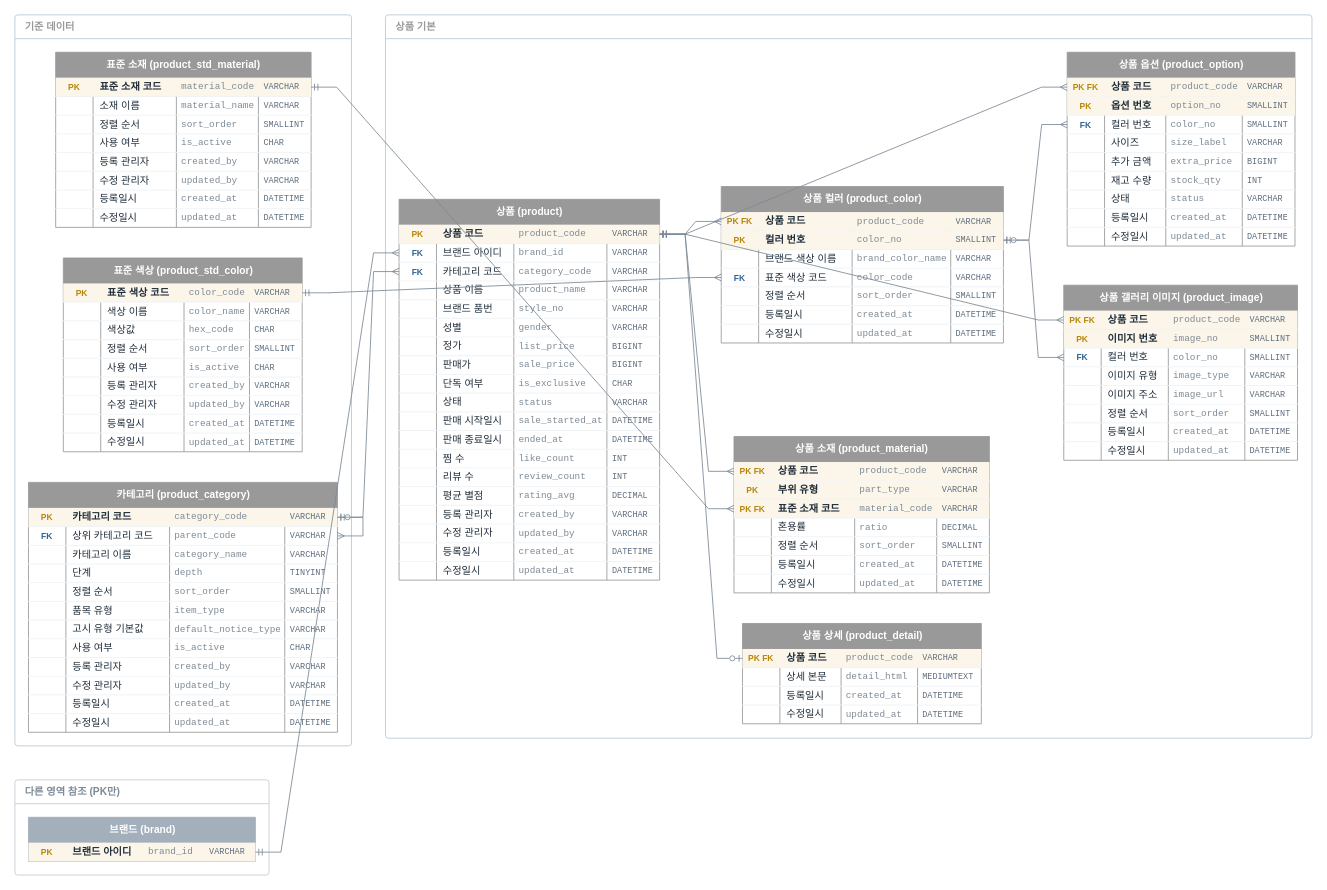
This is page "상품" (4 of 4) of docs/erd.drawio from jjonong/fashion-shoppingmall, a draw.io file, before an edit. Source tidied: cells renumbered, new cells numbered last; positions are measured from the earlier drawing's top-left corner, leaving out a move shared by most shapes. Both pictures are drawn from the tidied source at 85%, with x=0, y=0 at pixel (14, 14).
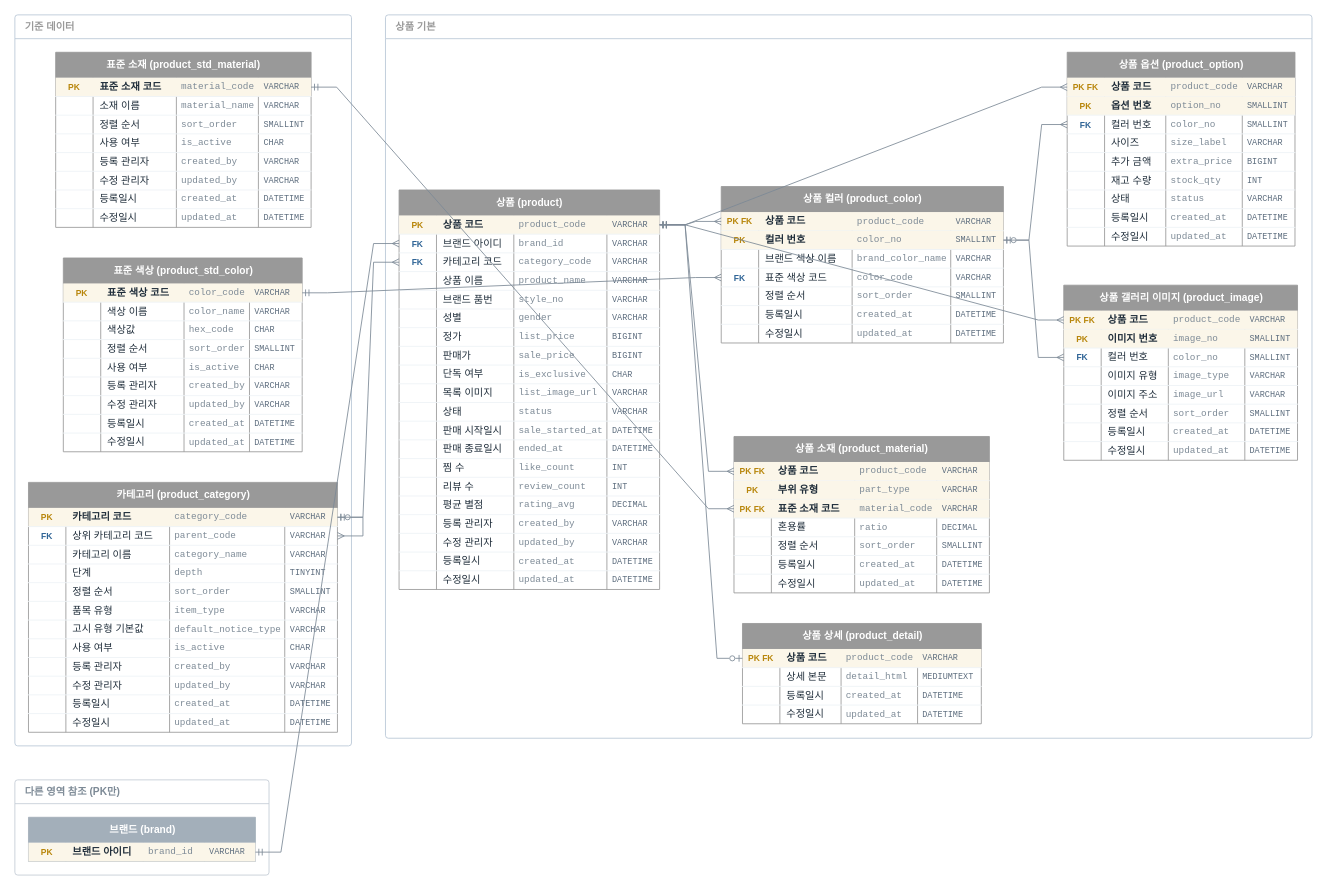
The same page after the edit.

The change refers to these unchanged cells:
```xml
<mxCell id="151" value="상품 기본" style="swimlane;startSize=28;rounded=1;arcSize=4;fillColor=none;swimlaneFillColor=none;strokeColor=#b9c7d6;fontColor=#999999;fontStyle=1;align=left;spacingLeft=10;html=1;" parent="1" vertex="1">
  <mxGeometry x="436" width="1090" height="851" as="geometry" />
</mxCell>
```

The edit, as a diff of the source:
```diff
@@
     <mxCell id="152" value="상품 (product)" style="shape=table;startSize=30;childLayout=tableLayout;rowLines=0;fontStyle=1;align=center;html=1;fillColor=#999999;fontColor=#ffffff;strokeColor=#999999;swimlaneFillColor=#ffffff;" parent="151" vertex="1">
-      <mxGeometry x="16" y="217" width="306.5" height="448" as="geometry" />
+      <mxGeometry x="16" y="206" width="306.5" height="470" as="geometry" />
     </mxCell>
@@
+    <mxCell id="447" style="shape=tableRow;horizontal=0;startSize=0;swimlaneHead=0;swimlaneBody=0;fillColor=none;top=0;left=0;right=0;bottom=1;strokeColor=#eef2f6;" parent="152" vertex="1">
+      <mxGeometry y="228" width="306.5" height="22" as="geometry" />
+    </mxCell>
+    <mxCell id="448" style="shape=partialRectangle;fillColor=none;top=0;left=0;bottom=0;right=0;overflow=hidden;html=1;fontStyle=1;fontColor=#2f6496;fontSize=10;align=center;" parent="447" vertex="1">
+      <mxGeometry width="44" height="22" as="geometry" />
+    </mxCell>
+    <mxCell id="449" value="목록 이미지" style="shape=partialRectangle;fillColor=none;top=0;left=0;bottom=0;right=0;overflow=hidden;html=1;fontStyle=0;fontColor=#1f2d3a;align=left;spacingLeft=6;" parent="447" vertex="1">
+      <mxGeometry x="44" width="91" height="22" as="geometry" />
+    </mxCell>
+    <mxCell id="450" value="list_image_url" style="shape=partialRectangle;fillColor=none;top=0;left=0;bottom=0;right=0;overflow=hidden;html=1;fontFamily=Consolas;fontColor=#7d8a96;fontSize=11;align=left;spacingLeft=4;" parent="447" vertex="1">
+      <mxGeometry x="135" width="109.5" height="22" as="geometry" />
+    </mxCell>
+    <mxCell id="451" value="VARCHAR" style="shape=partialRectangle;fillColor=none;top=0;left=0;bottom=0;right=0;overflow=hidden;html=1;fontFamily=Consolas;fontColor=#5d6d7e;fontSize=10;align=left;spacingLeft=4;" parent="447" vertex="1">
+      <mxGeometry x="244.5" width="62" height="22" as="geometry" />
+    </mxCell>
     <mxCell id="198" style="shape=tableRow;horizontal=0;startSize=0;swimlaneHead=0;swimlaneBody=0;fillColor=none;top=0;left=0;right=0;bottom=1;strokeColor=#eef2f6;" parent="152" vertex="1">
-      <mxGeometry y="228" width="306.5" height="22" as="geometry" />
+      <mxGeometry y="250" width="306.5" height="22" as="geometry" />
     </mxCell>
@@
     <mxCell id="203" style="shape=tableRow;horizontal=0;startSize=0;swimlaneHead=0;swimlaneBody=0;fillColor=none;top=0;left=0;right=0;bottom=1;strokeColor=#eef2f6;" parent="152" vertex="1">
-      <mxGeometry y="250" width="306.5" height="22" as="geometry" />
+      <mxGeometry y="272" width="306.5" height="22" as="geometry" />
     </mxCell>
@@
     <mxCell id="208" style="shape=tableRow;horizontal=0;startSize=0;swimlaneHead=0;swimlaneBody=0;fillColor=none;top=0;left=0;right=0;bottom=1;strokeColor=#eef2f6;" parent="152" vertex="1">
-      <mxGeometry y="272" width="306.5" height="22" as="geometry" />
+      <mxGeometry y="294" width="306.5" height="22" as="geometry" />
     </mxCell>
@@
     <mxCell id="213" style="shape=tableRow;horizontal=0;startSize=0;swimlaneHead=0;swimlaneBody=0;fillColor=none;top=0;left=0;right=0;bottom=1;strokeColor=#eef2f6;" parent="152" vertex="1">
-      <mxGeometry y="294" width="306.5" height="22" as="geometry" />
+      <mxGeometry y="316" width="306.5" height="22" as="geometry" />
     </mxCell>
@@
     <mxCell id="218" style="shape=tableRow;horizontal=0;startSize=0;swimlaneHead=0;swimlaneBody=0;fillColor=none;top=0;left=0;right=0;bottom=1;strokeColor=#eef2f6;" parent="152" vertex="1">
-      <mxGeometry y="316" width="306.5" height="22" as="geometry" />
+      <mxGeometry y="338" width="306.5" height="22" as="geometry" />
     </mxCell>
@@
     <mxCell id="223" style="shape=tableRow;horizontal=0;startSize=0;swimlaneHead=0;swimlaneBody=0;fillColor=none;top=0;left=0;right=0;bottom=1;strokeColor=#eef2f6;" parent="152" vertex="1">
-      <mxGeometry y="338" width="306.5" height="22" as="geometry" />
+      <mxGeometry y="360" width="306.5" height="22" as="geometry" />
     </mxCell>
@@
     <mxCell id="228" style="shape=tableRow;horizontal=0;startSize=0;swimlaneHead=0;swimlaneBody=0;fillColor=none;top=0;left=0;right=0;bottom=1;strokeColor=#eef2f6;" parent="152" vertex="1">
-      <mxGeometry y="360" width="306.5" height="22" as="geometry" />
+      <mxGeometry y="382" width="306.5" height="22" as="geometry" />
     </mxCell>
@@
     <mxCell id="233" style="shape=tableRow;horizontal=0;startSize=0;swimlaneHead=0;swimlaneBody=0;fillColor=none;top=0;left=0;right=0;bottom=1;strokeColor=#eef2f6;" parent="152" vertex="1">
-      <mxGeometry y="382" width="306.5" height="22" as="geometry" />
+      <mxGeometry y="404" width="306.5" height="22" as="geometry" />
     </mxCell>
@@
     <mxCell id="238" style="shape=tableRow;horizontal=0;startSize=0;swimlaneHead=0;swimlaneBody=0;fillColor=none;top=0;left=0;right=0;bottom=1;strokeColor=#eef2f6;" parent="152" vertex="1">
-      <mxGeometry y="404" width="306.5" height="22" as="geometry" />
+      <mxGeometry y="426" width="306.5" height="22" as="geometry" />
     </mxCell>
@@
     <mxCell id="243" style="shape=tableRow;horizontal=0;startSize=0;swimlaneHead=0;swimlaneBody=0;fillColor=none;top=0;left=0;right=0;bottom=0;strokeColor=#eef2f6;" parent="152" vertex="1">
-      <mxGeometry y="426" width="306.5" height="22" as="geometry" />
+      <mxGeometry y="448" width="306.5" height="22" as="geometry" />
     </mxCell>
```
